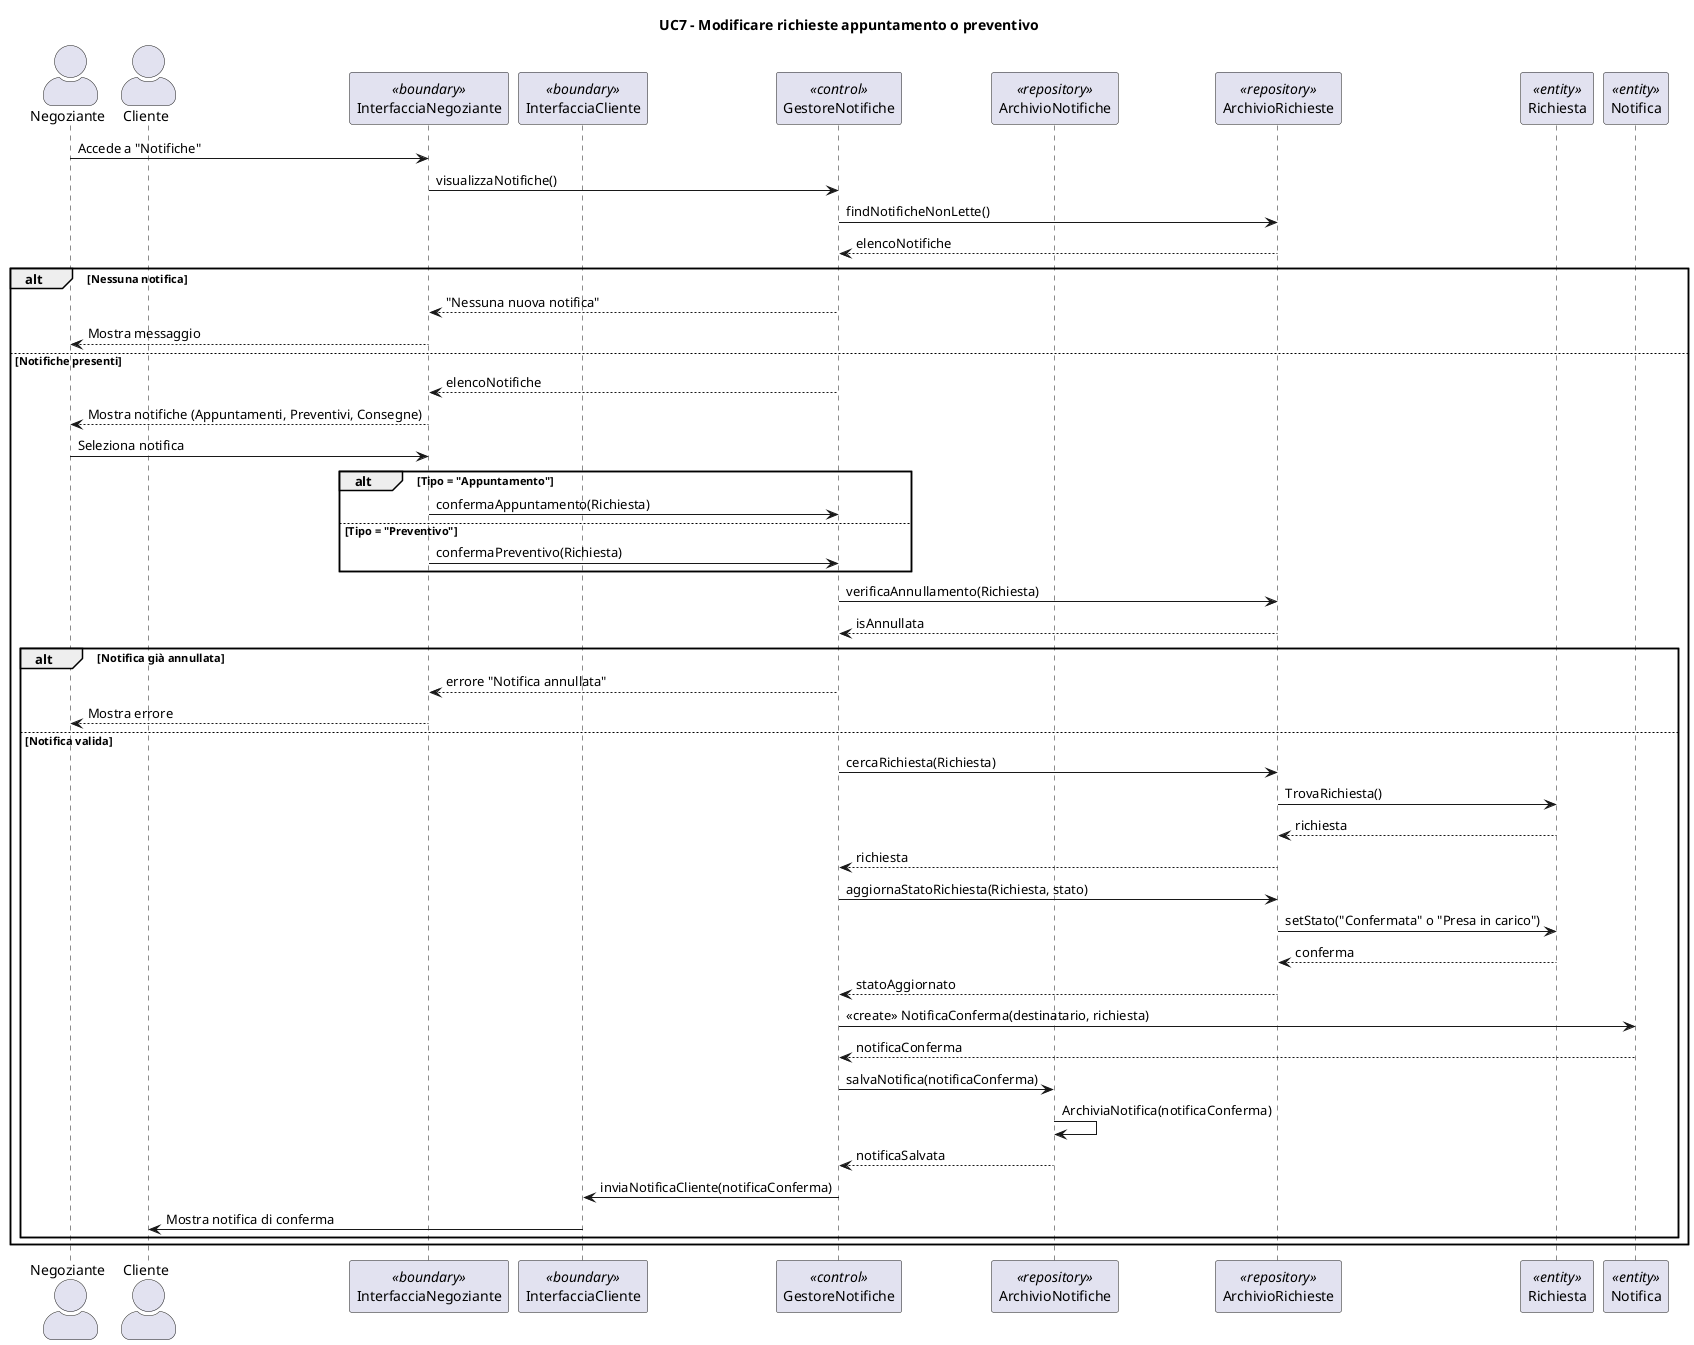
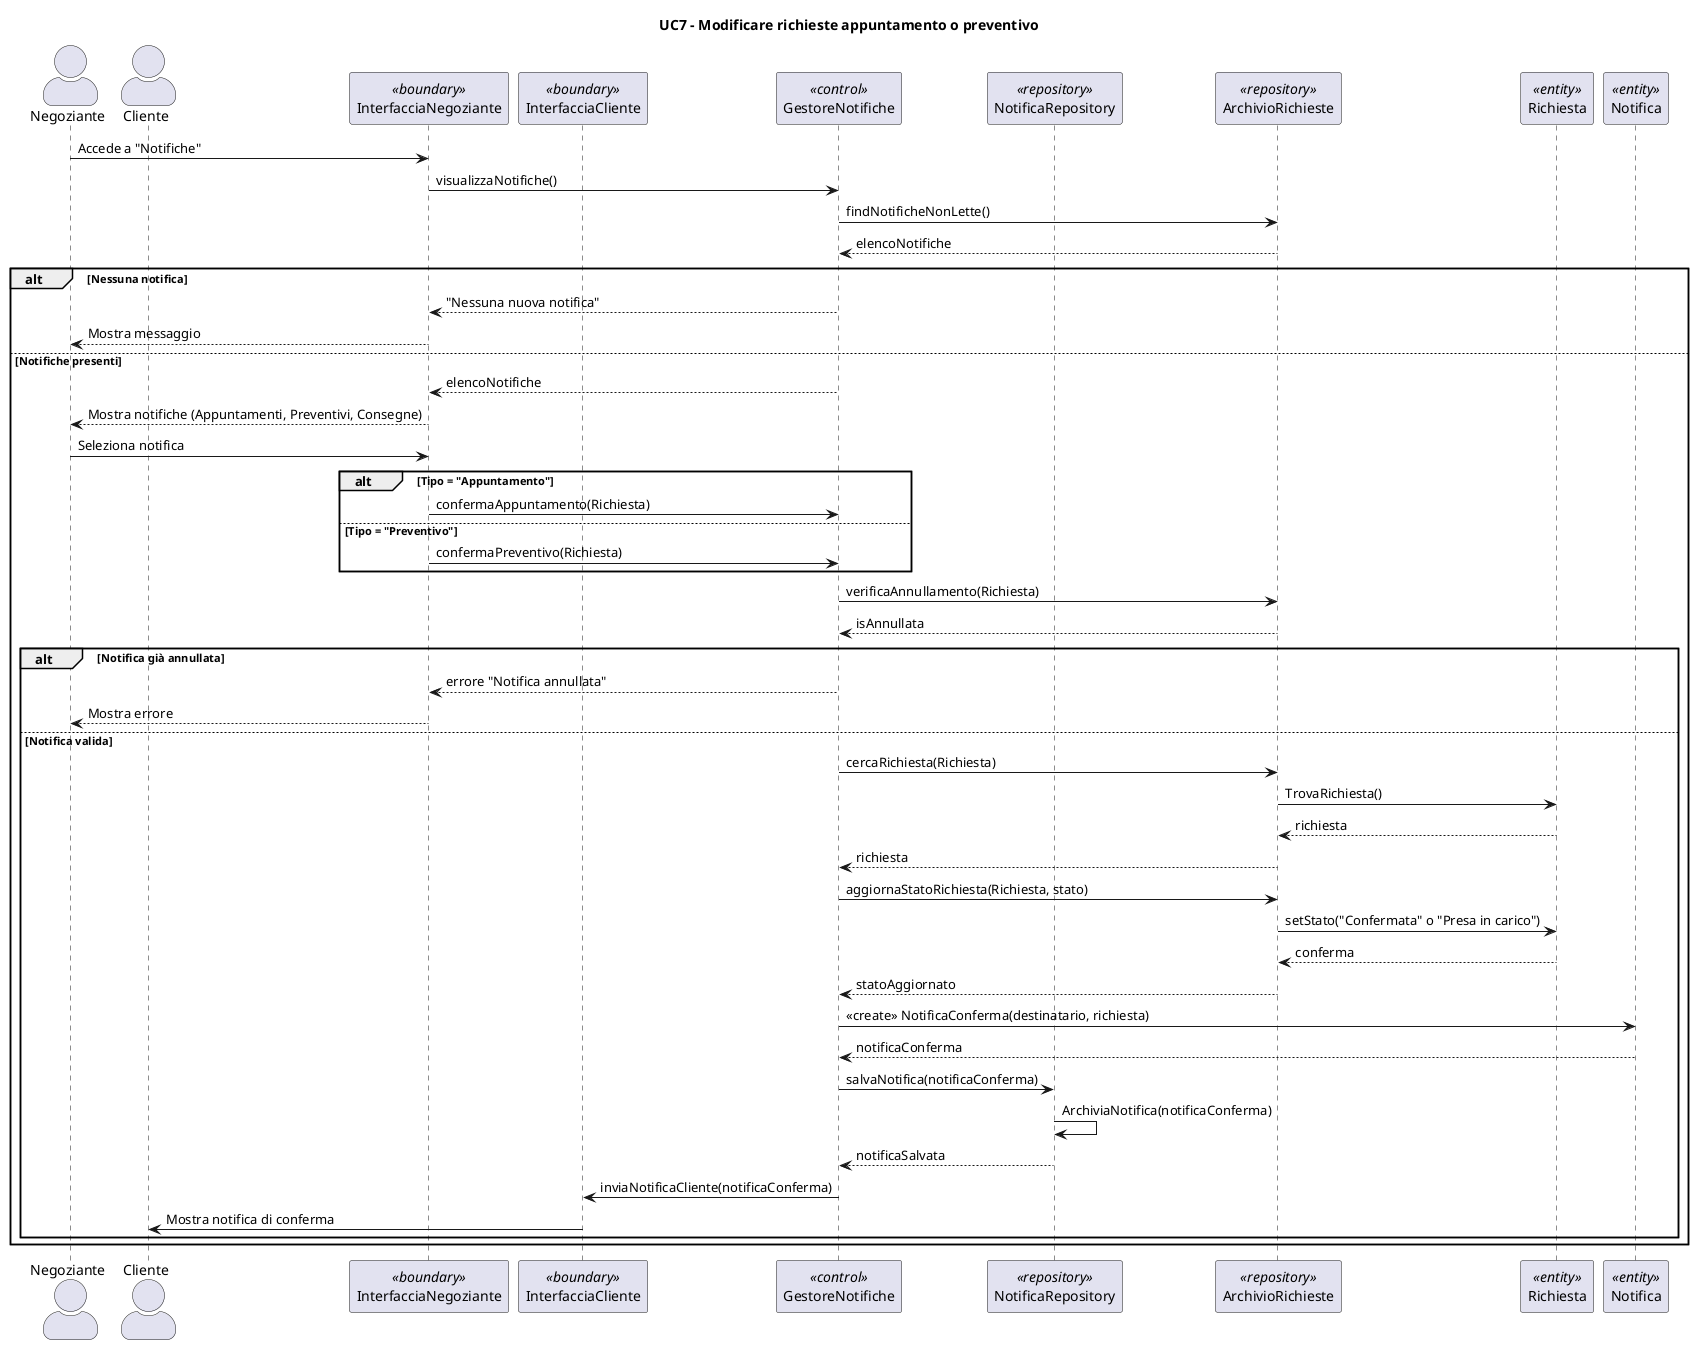
@startuml
title UC7 - Modificare richieste appuntamento o preventivo
skinparam actorStyle awesome

actor "Negoziante" as N
actor "Cliente" as C
participant "InterfacciaNegoziante" as IN <<boundary>>
participant "InterfacciaCliente" as IC <<boundary>>
participant "GestoreNotifiche" as G <<control>>
- participant "ArchivioNotifiche" as AN <<repository>>
+ participant "NotificaRepository" as AN <<repository>>
participant "ArchivioRichieste" as AR <<repository>>
participant "Richiesta" as R <<entity>>
participant "Notifica" as Notif <<entity>>

N -> IN: Accede a "Notifiche"
IN -> G: visualizzaNotifiche()
G -> AR: findNotificheNonLette()
AR --> G: elencoNotifiche

alt Nessuna notifica
    G --> IN: "Nessuna nuova notifica"
    IN --> N: Mostra messaggio

else Notifiche presenti
    G --> IN: elencoNotifiche
    IN --> N: Mostra notifiche (Appuntamenti, Preventivi, Consegne)
    N -> IN: Seleziona notifica

    alt Tipo = "Appuntamento"
        IN -> G: confermaAppuntamento(Richiesta)

    else Tipo = "Preventivo"
        IN -> G: confermaPreventivo(Richiesta)
    end

    G -> AR: verificaAnnullamento(Richiesta)
    AR --> G: isAnnullata

    alt Notifica già annullata
        G --> IN: errore "Notifica annullata"
        IN --> N: Mostra errore

    else Notifica valida
    G -> AR: cercaRichiesta(Richiesta)
    AR -> R: TrovaRichiesta()
    R --> AR: richiesta
    AR --> G: richiesta

    G -> AR: aggiornaStatoRichiesta(Richiesta, stato)
    AR -> R: setStato("Confermata" o "Presa in carico")
    R --> AR: conferma
    AR --> G: statoAggiornato
    G -> Notif: <<create>> NotificaConferma(destinatario, richiesta)
    Notif --> G: notificaConferma

    G -> AN: salvaNotifica(notificaConferma)
    AN -> AN: ArchiviaNotifica(notificaConferma)
    AN --> G: notificaSalvata

    G -> IC: inviaNotificaCliente(notificaConferma)
    IC -> C: Mostra notifica di conferma
    end
    end
    @enduml